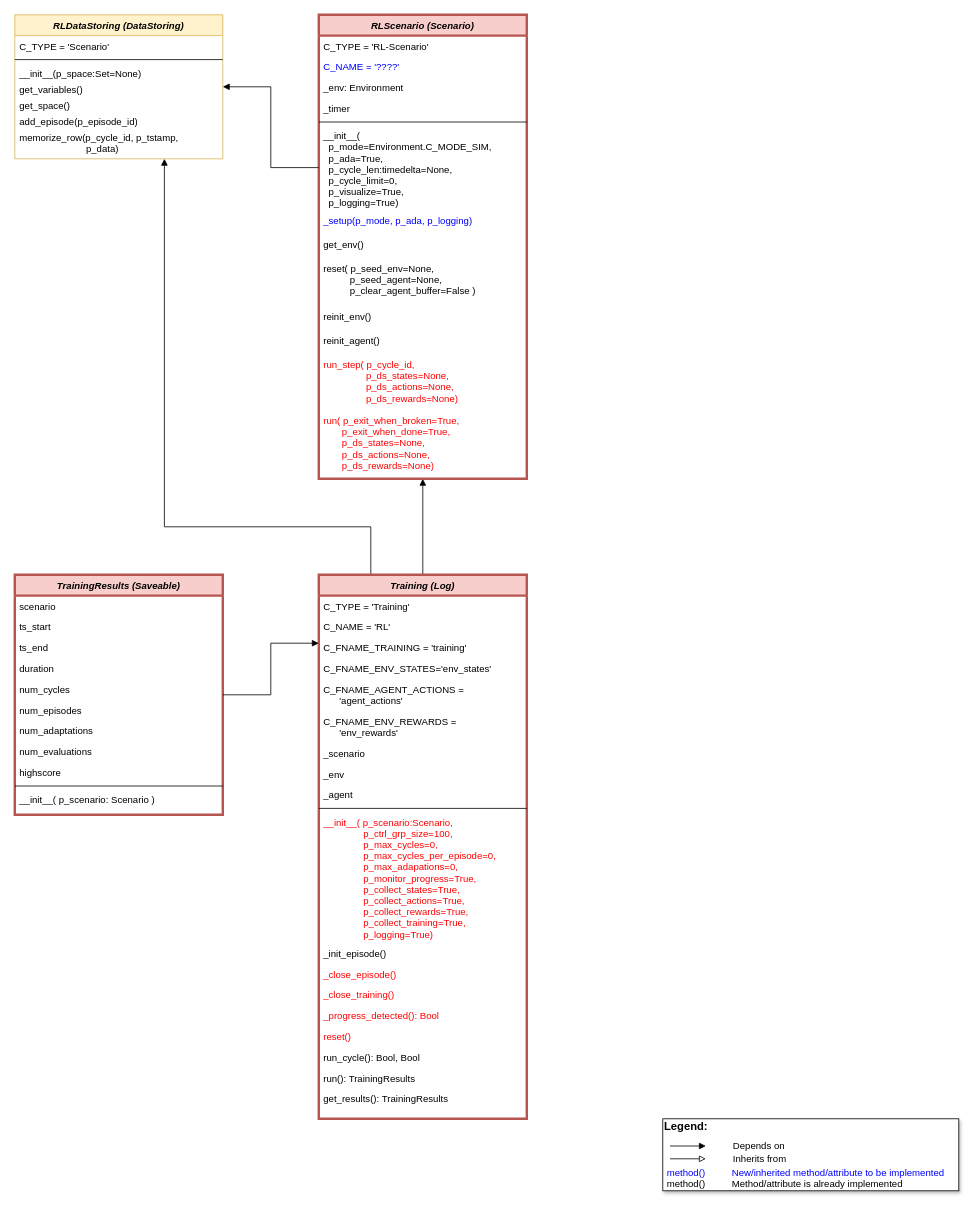
Above: doc/rl/04 run and train/MLPro-RL-Train class diagram.drawio in fhswf/MLPro (draw.io), before the change. Source tidied: cells renumbered, new cells numbered last; positions are measured from the earlier drawing's top-left corner, leaving out a move shared by most shapes. Both pictures are drawn from the tidied source at 80%, with x=0, y=0 at pixel (14, 14).
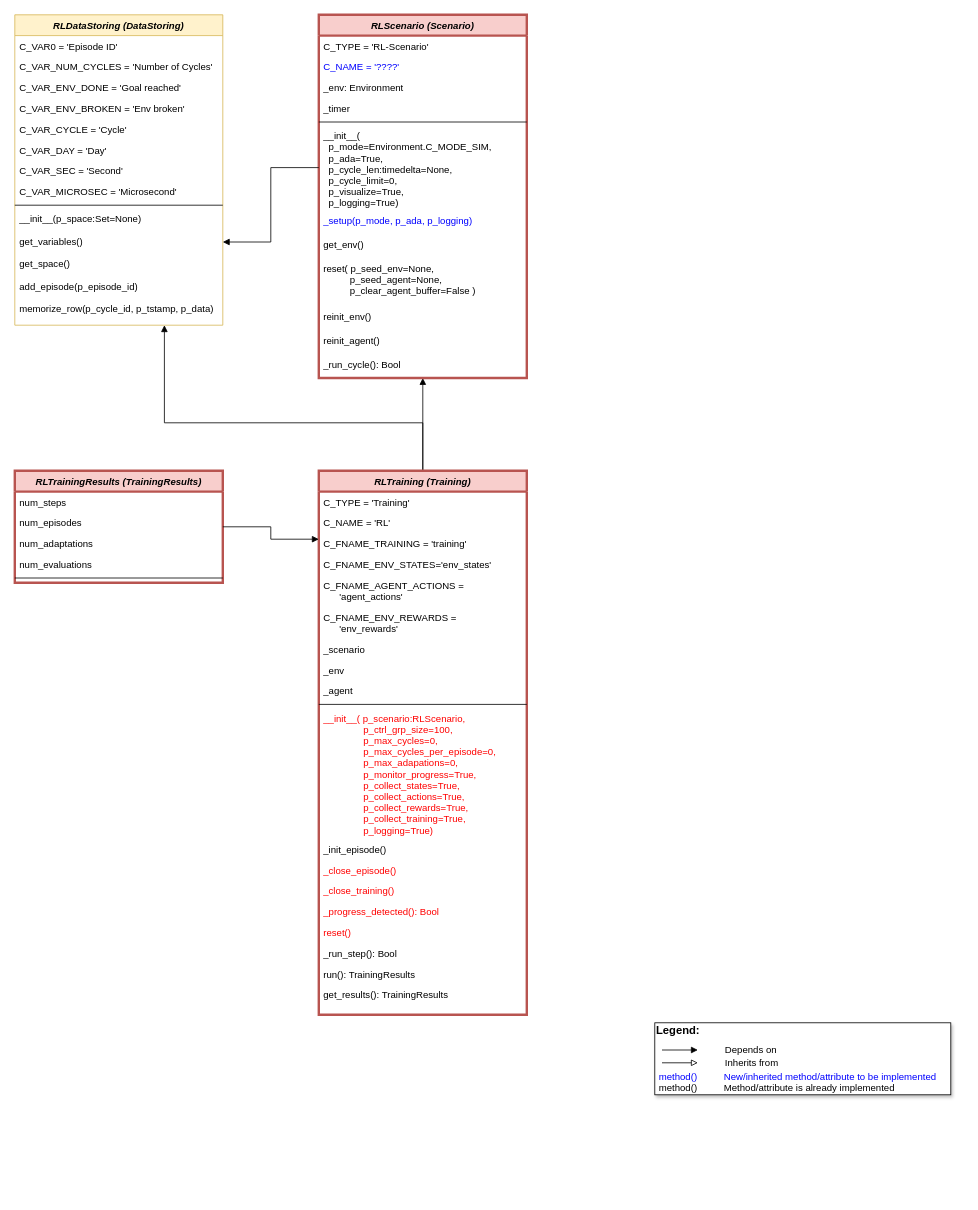
The same diagram, later.

What changed in the source:
```diff
@@
-    <mxCell id="3" style="edgeStyle=orthogonalEdgeStyle;rounded=0;jettySize=auto;html=1;endArrow=block;endFill=1;exitX=0.25;exitY=0;exitDx=0;exitDy=0;" parent="1" edge="1" source="4" target="42">
+    <mxCell id="3" style="edgeStyle=orthogonalEdgeStyle;rounded=0;jettySize=auto;html=1;endArrow=block;endFill=1;exitX=0.5;exitY=0;exitDx=0;exitDy=0;" parent="1" edge="1" source="4" target="42">
       <mxGeometry relative="1" as="geometry">
         <Array as="points">
-          <mxPoint x="445" y="640" />
-          <mxPoint x="187" y="640" />
+          <mxPoint x="510" y="510" />
+          <mxPoint x="187" y="510" />
         </Array>
       </mxGeometry>
     </mxCell>
-    <mxCell id="4" value="Training (Log)" style="swimlane;fontStyle=3;align=center;verticalAlign=top;horizontal=1;startSize=26;rounded=0;shadow=0;strokeWidth=3;fillColor=#f8cecc;strokeColor=#b85450;" parent="1" vertex="1">
-      <mxGeometry x="380" y="700" width="260" height="680" as="geometry" />
+    <mxCell id="4" value="RLTraining (Training)" style="swimlane;fontStyle=3;align=center;verticalAlign=top;horizontal=1;startSize=26;rounded=0;shadow=0;strokeWidth=3;fillColor=#f8cecc;strokeColor=#b85450;" parent="1" vertex="1">
+      <mxGeometry x="380" y="570" width="260" height="680" as="geometry" />
     </mxCell>
@@
-    <mxCell id="15" value="__init__( p_scenario:Scenario, &#10;               p_ctrl_grp_size=100,&#10;               p_max_cycles=0, &#10;               p_max_cycles_per_episode=0,&#10;               p_max_adapations=0,&#10;               p_monitor_progress=True,&#10;               p_collect_states=True,&#10;               p_collect_actions=True,&#10;               p_collect_rewards=True,&#10;               p_collect_training=True,&#10;               p_logging=True)" style="text;align=left;verticalAlign=top;spacingLeft=4;spacingRight=4;overflow=hidden;fontColor=#FF0000;" parent="4" vertex="1">
+    <mxCell id="15" value="__init__( p_scenario:RLScenario, &#10;               p_ctrl_grp_size=100,&#10;               p_max_cycles=0, &#10;               p_max_cycles_per_episode=0,&#10;               p_max_adapations=0,&#10;               p_monitor_progress=True,&#10;               p_collect_states=True,&#10;               p_collect_actions=True,&#10;               p_collect_rewards=True,&#10;               p_collect_training=True,&#10;               p_logging=True)" style="text;align=left;verticalAlign=top;spacingLeft=4;spacingRight=4;overflow=hidden;fontColor=#FF0000;" parent="4" vertex="1">
       <mxGeometry y="296" width="260" height="164" as="geometry" />
     </mxCell>
@@
-    <mxCell id="21" value="run_cycle(): Bool, Bool" style="text;align=left;verticalAlign=top;spacingLeft=4;spacingRight=4;overflow=hidden;" parent="4" vertex="1">
+    <mxCell id="21" value="_run_step(): Bool" style="text;align=left;verticalAlign=top;spacingLeft=4;spacingRight=4;overflow=hidden;" parent="4" vertex="1">
       <mxGeometry y="590" width="260" height="26" as="geometry" />
     </mxCell>
@@
     <mxCell id="24" value="RLScenario (Scenario)" style="swimlane;fontStyle=3;align=center;verticalAlign=top;horizontal=1;startSize=26;rounded=0;shadow=0;strokeWidth=3;fillColor=#f8cecc;strokeColor=#b85450;" parent="1" vertex="1">
-      <mxGeometry x="380" width="260" height="580" as="geometry" />
+      <mxGeometry x="380" width="260" height="454" as="geometry" />
     </mxCell>
@@
-    <mxCell id="36" value="run_step( p_cycle_id,&#10;                p_ds_states=None,&#10;                p_ds_actions=None,&#10;                p_ds_rewards=None)" style="text;align=left;verticalAlign=top;spacingLeft=4;spacingRight=4;overflow=hidden;fontColor=#FF0000;" parent="24" vertex="1">
-      <mxGeometry y="424" width="260" height="70" as="geometry" />
-    </mxCell>
-    <mxCell id="37" value="run( p_exit_when_broken=True,&#10;       p_exit_when_done=True,&#10;       p_ds_states=None,&#10;       p_ds_actions=None,&#10;       p_ds_rewards=None)" style="text;align=left;verticalAlign=top;spacingLeft=4;spacingRight=4;overflow=hidden;fontColor=#FF0000;" parent="24" vertex="1">
-      <mxGeometry y="494" width="260" height="84" as="geometry" />
-    </mxCell>
+    <mxCell id="64" value="_run_cycle(): Bool" style="text;align=left;verticalAlign=top;spacingLeft=4;spacingRight=4;overflow=hidden;" parent="24" vertex="1">
+      <mxGeometry y="424" width="260" height="30" as="geometry" />
+    </mxCell>
     <mxCell id="38" style="group;" parent="1" vertex="1">
-      <mxGeometry x="810" y="1380" width="370" height="90" as="geometry" />
+      <mxGeometry x="800" y="1260" width="370" height="90" as="geometry" />
     </mxCell>
@@
     <mxCell id="42" value="RLDataStoring (DataStoring)" style="swimlane;fontStyle=3;align=center;verticalAlign=top;horizontal=1;startSize=26;rounded=0;shadow=0;strokeWidth=1;fillColor=#fff2cc;strokeColor=#d6b656;" parent="1" vertex="1">
-      <mxGeometry width="260" height="180" as="geometry" />
+      <mxGeometry width="260" height="388" as="geometry" />
     </mxCell>
-    <mxCell id="43" value="C_TYPE = 'Scenario'" style="text;align=left;verticalAlign=top;spacingLeft=4;spacingRight=4;overflow=hidden;" parent="42" vertex="1">
+    <mxCell id="43" value="C_VAR0 = 'Episode ID'" style="text;align=left;verticalAlign=top;spacingLeft=4;spacingRight=4;overflow=hidden;" parent="42" vertex="1">
       <mxGeometry y="26" width="260" height="26" as="geometry" />
     </mxCell>
+    <mxCell id="65" value="C_VAR_NUM_CYCLES = 'Number of Cycles'" style="text;align=left;verticalAlign=top;spacingLeft=4;spacingRight=4;overflow=hidden;" parent="42" vertex="1">
+      <mxGeometry y="52" width="260" height="26" as="geometry" />
+    </mxCell>
+    <mxCell id="66" value="C_VAR_ENV_DONE = 'Goal reached'" style="text;align=left;verticalAlign=top;spacingLeft=4;spacingRight=4;overflow=hidden;" parent="42" vertex="1">
+      <mxGeometry y="78" width="260" height="26" as="geometry" />
+    </mxCell>
+    <mxCell id="67" value="C_VAR_ENV_BROKEN = 'Env broken'" style="text;align=left;verticalAlign=top;spacingLeft=4;spacingRight=4;overflow=hidden;" parent="42" vertex="1">
+      <mxGeometry y="104" width="260" height="26" as="geometry" />
+    </mxCell>
+    <mxCell id="68" value="C_VAR_CYCLE = 'Cycle'" style="text;align=left;verticalAlign=top;spacingLeft=4;spacingRight=4;overflow=hidden;" parent="42" vertex="1">
+      <mxGeometry y="130" width="260" height="26" as="geometry" />
+    </mxCell>
+    <mxCell id="69" value="C_VAR_DAY = 'Day'" style="text;align=left;verticalAlign=top;spacingLeft=4;spacingRight=4;overflow=hidden;" parent="42" vertex="1">
+      <mxGeometry y="156" width="260" height="26" as="geometry" />
+    </mxCell>
+    <mxCell id="70" value="C_VAR_SEC = 'Second'" style="text;align=left;verticalAlign=top;spacingLeft=4;spacingRight=4;overflow=hidden;" parent="42" vertex="1">
+      <mxGeometry y="182" width="260" height="26" as="geometry" />
+    </mxCell>
+    <mxCell id="71" value="C_VAR_MICROSEC = 'Microsecond'" style="text;align=left;verticalAlign=top;spacingLeft=4;spacingRight=4;overflow=hidden;" parent="42" vertex="1">
+      <mxGeometry y="208" width="260" height="26" as="geometry" />
+    </mxCell>
     <mxCell id="44" style="line;html=1;strokeWidth=1;align=left;verticalAlign=middle;spacingTop=-1;spacingLeft=3;spacingRight=3;labelPosition=right;" parent="42" vertex="1">
-      <mxGeometry y="52" width="260" height="8" as="geometry" />
+      <mxGeometry y="234" width="260" height="8" as="geometry" />
     </mxCell>
     <mxCell id="45" value="__init__(p_space:Set=None)" style="text;align=left;verticalAlign=top;spacingLeft=4;spacingRight=4;overflow=hidden;" parent="42" vertex="1">
-      <mxGeometry y="60" width="260" height="20" as="geometry" />
+      <mxGeometry y="242" width="260" height="28" as="geometry" />
     </mxCell>
     <mxCell id="46" value="get_variables()" style="text;align=left;verticalAlign=top;spacingLeft=4;spacingRight=4;overflow=hidden;points=[[0,0.5],[1,0.5]];portConstraint=eastwest;" parent="42" vertex="1">
-      <mxGeometry y="80" width="260" height="20" as="geometry" />
+      <mxGeometry y="270" width="260" height="28" as="geometry" />
     </mxCell>
     <mxCell id="47" value="get_space()" style="text;align=left;verticalAlign=top;spacingLeft=4;spacingRight=4;overflow=hidden;" parent="42" vertex="1">
-      <mxGeometry y="100" width="260" height="20" as="geometry" />
+      <mxGeometry y="298" width="260" height="28" as="geometry" />
     </mxCell>
     <mxCell id="48" value="add_episode(p_episode_id)" style="text;align=left;verticalAlign=top;spacingLeft=4;spacingRight=4;overflow=hidden;" parent="42" vertex="1">
-      <mxGeometry y="120" width="260" height="20" as="geometry" />
+      <mxGeometry y="326" width="260" height="28" as="geometry" />
     </mxCell>
-    <mxCell id="49" value="memorize_row(p_cycle_id, p_tstamp,&#10;                         p_data)" style="text;align=left;verticalAlign=top;spacingLeft=4;spacingRight=4;overflow=hidden;" parent="42" vertex="1">
-      <mxGeometry y="140" width="260" height="40" as="geometry" />
+    <mxCell id="49" value="memorize_row(p_cycle_id, p_tstamp, p_data)" style="text;align=left;verticalAlign=top;spacingLeft=4;spacingRight=4;overflow=hidden;" parent="42" vertex="1">
+      <mxGeometry y="354" width="260" height="34" as="geometry" />
     </mxCell>
@@
-    <mxCell id="51" value="TrainingResults (Saveable)" style="swimlane;fontStyle=3;align=center;verticalAlign=top;horizontal=1;startSize=26;rounded=0;shadow=0;strokeWidth=3;fillColor=#f8cecc;strokeColor=#b85450;" parent="1" vertex="1">
-      <mxGeometry y="700" width="260" height="300" as="geometry" />
+    <mxCell id="51" value="RLTrainingResults (TrainingResults)" style="swimlane;fontStyle=3;align=center;verticalAlign=top;horizontal=1;startSize=26;rounded=0;shadow=0;strokeWidth=3;fillColor=#f8cecc;strokeColor=#b85450;" parent="1" vertex="1">
+      <mxGeometry y="570" width="260" height="140" as="geometry" />
     </mxCell>
-    <mxCell id="52" value="scenario" style="text;align=left;verticalAlign=top;spacingLeft=4;spacingRight=4;overflow=hidden;" parent="51" vertex="1">
-      <mxGeometry y="26" width="260" height="26" as="geometry" />
-    </mxCell>
-    <mxCell id="53" value="ts_start" style="text;align=left;verticalAlign=top;spacingLeft=4;spacingRight=4;overflow=hidden;" parent="51" vertex="1">
-      <mxGeometry y="52" width="260" height="26" as="geometry" />
-    </mxCell>
-    <mxCell id="54" value="ts_end" style="text;align=left;verticalAlign=top;spacingLeft=4;spacingRight=4;overflow=hidden;" parent="51" vertex="1">
-      <mxGeometry y="78" width="260" height="26" as="geometry" />
-    </mxCell>
-    <mxCell id="55" value="duration" style="text;align=left;verticalAlign=top;spacingLeft=4;spacingRight=4;overflow=hidden;" parent="51" vertex="1">
-      <mxGeometry y="104" width="260" height="26" as="geometry" />
-    </mxCell>
-    <mxCell id="56" value="num_cycles" style="text;align=left;verticalAlign=top;spacingLeft=4;spacingRight=4;overflow=hidden;" parent="51" vertex="1">
-      <mxGeometry y="130" width="260" height="26" as="geometry" />
+    <mxCell id="56" value="num_steps" style="text;align=left;verticalAlign=top;spacingLeft=4;spacingRight=4;overflow=hidden;" parent="51" vertex="1">
+      <mxGeometry y="26" width="260" height="26" as="geometry" />
     </mxCell>
     <mxCell id="57" value="num_episodes" style="text;align=left;verticalAlign=top;spacingLeft=4;spacingRight=4;overflow=hidden;" parent="51" vertex="1">
-      <mxGeometry y="156" width="260" height="26" as="geometry" />
+      <mxGeometry y="52" width="260" height="26" as="geometry" />
     </mxCell>
     <mxCell id="58" value="num_adaptations" style="text;align=left;verticalAlign=top;spacingLeft=4;spacingRight=4;overflow=hidden;" parent="51" vertex="1">
-      <mxGeometry y="182" width="260" height="26" as="geometry" />
+      <mxGeometry y="78" width="260" height="26" as="geometry" />
     </mxCell>
     <mxCell id="59" value="num_evaluations" style="text;align=left;verticalAlign=top;spacingLeft=4;spacingRight=4;overflow=hidden;" parent="51" vertex="1">
-      <mxGeometry y="208" width="260" height="26" as="geometry" />
+      <mxGeometry y="104" width="260" height="26" as="geometry" />
     </mxCell>
-    <mxCell id="60" value="highscore" style="text;align=left;verticalAlign=top;spacingLeft=4;spacingRight=4;overflow=hidden;" parent="51" vertex="1">
-      <mxGeometry y="234" width="260" height="26" as="geometry" />
-    </mxCell>
     <mxCell id="61" style="line;html=1;strokeWidth=1;align=left;verticalAlign=middle;spacingTop=-1;spacingLeft=3;spacingRight=3;labelPosition=right;" parent="51" vertex="1">
-      <mxGeometry y="260" width="260" height="8" as="geometry" />
+      <mxGeometry y="130" width="260" height="8" as="geometry" />
     </mxCell>
-    <mxCell id="62" value="__init__( p_scenario: Scenario )&#10;" style="text;align=left;verticalAlign=top;spacingLeft=4;spacingRight=4;overflow=hidden;" parent="51" vertex="1">
-      <mxGeometry y="268" width="260" height="32" as="geometry" />
-    </mxCell>
```
